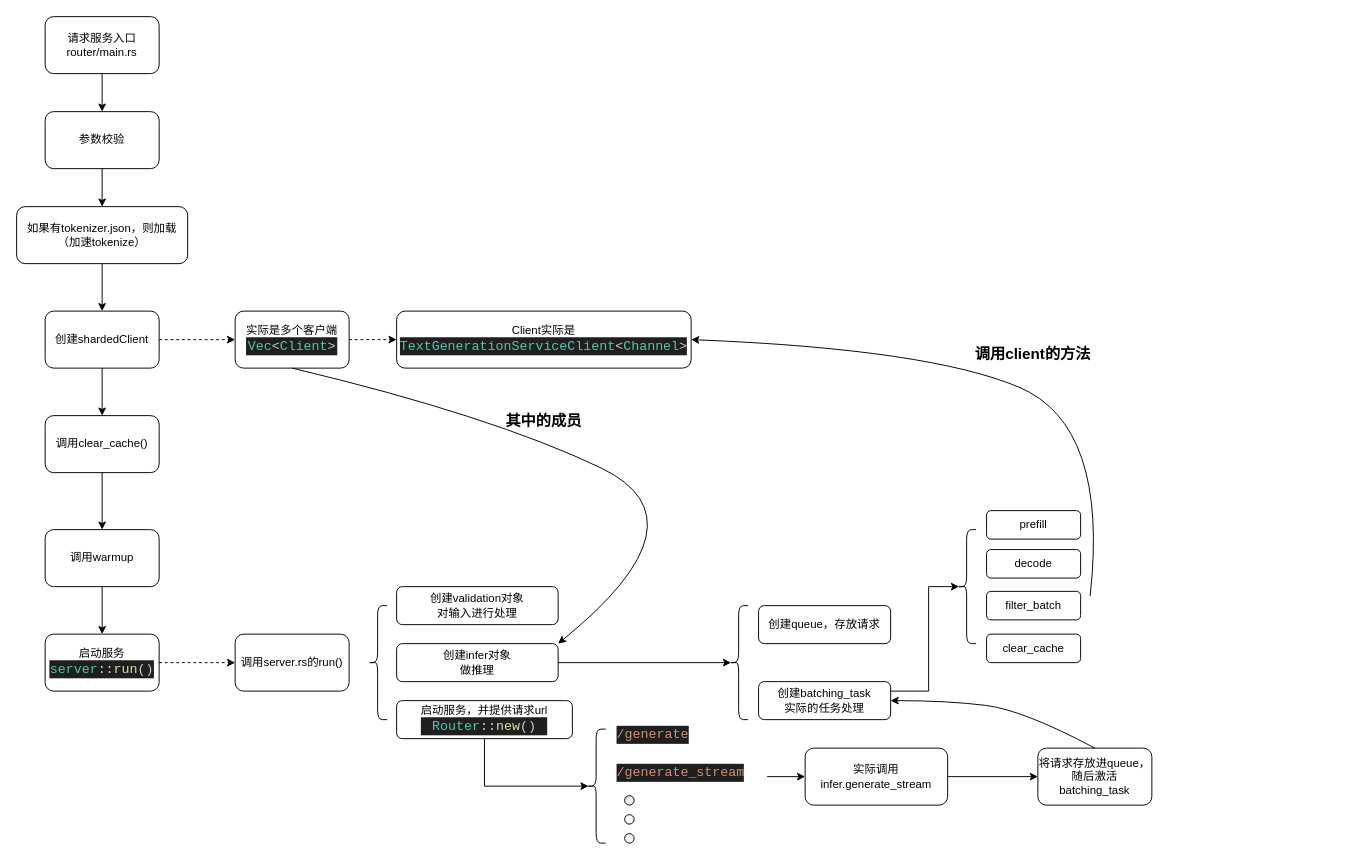
Earlier version of the draw.io diagram page "text-generation-router" (2 of 4) of Arch/TGI/TGI拆分/TextGenerationService服务启动.drawio (huangZchao/LLM-Notebook). Source tidied: cells renumbered, new cells numbered last; positions are measured from the earlier drawing's top-left corner, leaving out a move shared by most shapes. Both pictures are drawn from the tidied source at 95%, with x=0, y=0 at pixel (16, 16).
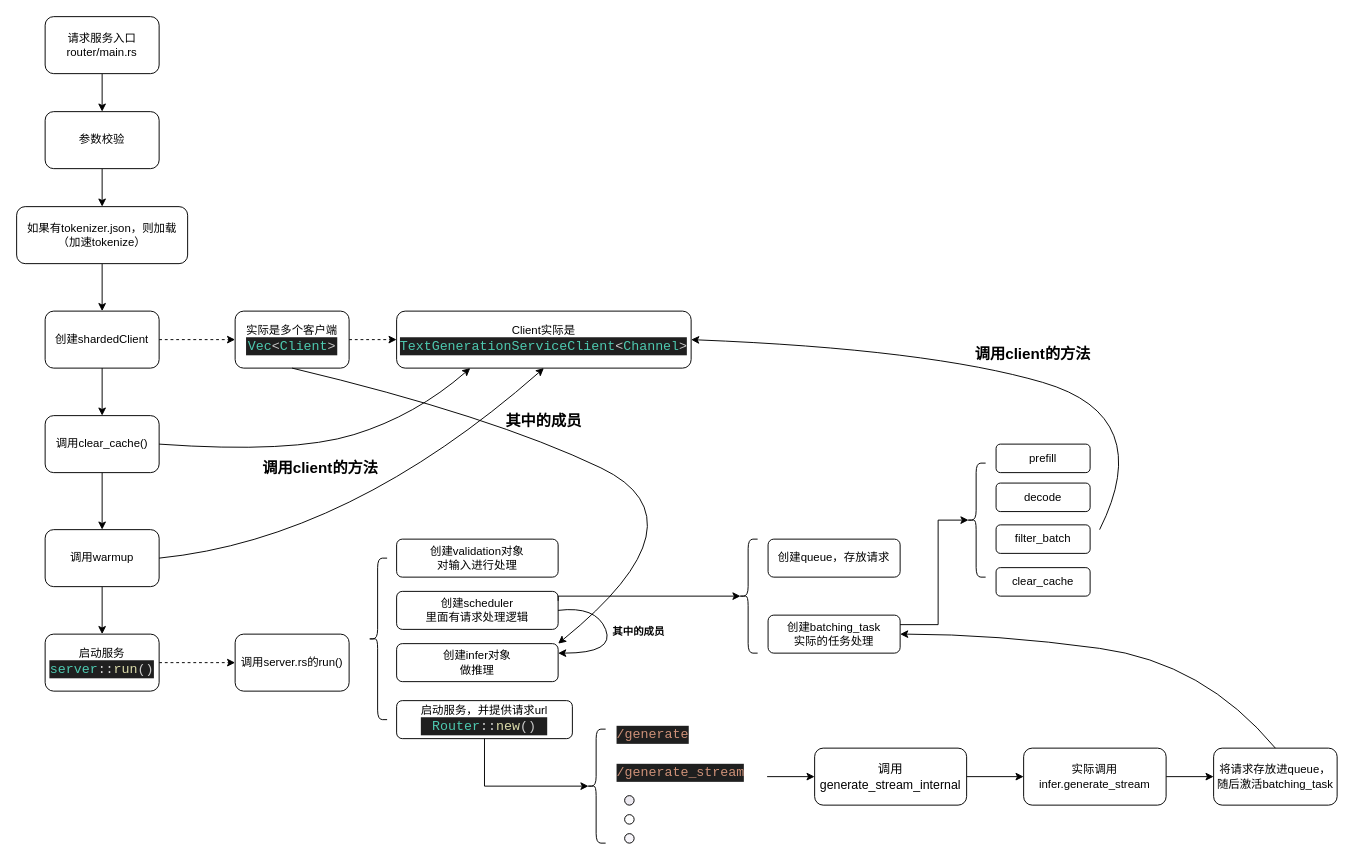
The same diagram, later.

Unchanged cells that the change refers to:
```xml
<mxCell id="13" value="Client实际是&lt;div&gt;&lt;div style=&quot;color: rgb(204, 204, 204); background-color: rgb(31, 31, 31); font-family: Consolas, &amp;quot;Courier New&amp;quot;, monospace; font-size: 14px; line-height: 19px; white-space: pre;&quot;&gt;&lt;span style=&quot;color: #4ec9b0;&quot;&gt;TextGenerationServiceClient&lt;/span&gt;&amp;lt;&lt;span style=&quot;color: #4ec9b0;&quot;&gt;Channel&lt;/span&gt;&amp;gt;&lt;/div&gt;&lt;/div&gt;" style="whiteSpace=wrap;html=1;rounded=1;" parent="1" vertex="1">
  <mxGeometry x="400" y="310" width="310" height="60" as="geometry" />
</mxCell>
<mxCell id="15" value="调用clear_cache()" style="whiteSpace=wrap;html=1;rounded=1;" parent="1" vertex="1">
  <mxGeometry x="30" y="420" width="120" height="60" as="geometry" />
</mxCell>
<mxCell id="17" value="调用warmup" style="whiteSpace=wrap;html=1;rounded=1;" parent="1" vertex="1">
  <mxGeometry x="30" y="540" width="120" height="60" as="geometry" />
</mxCell>
<mxCell id="23" value="创建infer对象&lt;div&gt;做推理&lt;/div&gt;" style="rounded=1;whiteSpace=wrap;html=1;" parent="1" vertex="1">
  <mxGeometry x="400" y="660" width="170" height="40" as="geometry" />
</mxCell>
<mxCell id="28" value="&lt;div style=&quot;color: #cccccc;background-color: #1f1f1f;font-family: Consolas, 'Courier New', monospace;font-weight: normal;font-size: 14px;line-height: 19px;white-space: pre;&quot;&gt;&lt;div&gt;&lt;span style=&quot;color: #ce9178;&quot;&gt;/generate_stream&lt;/span&gt;&lt;/div&gt;&lt;/div&gt;" style="text;whiteSpace=wrap;html=1;" parent="1" vertex="1">
  <mxGeometry x="630" y="780" width="160" height="40" as="geometry" />
</mxCell>
```

Diff of the diagram source:
```diff
@@
     <mxCell id="21" style="shape=curlyBracket;whiteSpace=wrap;html=1;rounded=1;labelPosition=left;verticalLabelPosition=middle;align=right;verticalAlign=middle;" parent="1" vertex="1">
-      <mxGeometry x="370" y="620" width="20" height="120" as="geometry" />
+      <mxGeometry x="370" y="570" width="20" height="170" as="geometry" />
     </mxCell>
     <mxCell id="22" value="创建validation对象&lt;div&gt;对输入进行处理&lt;/div&gt;" style="rounded=1;whiteSpace=wrap;html=1;" parent="1" vertex="1">
-      <mxGeometry x="400" y="600" width="170" height="40" as="geometry" />
+      <mxGeometry x="400" y="550" width="170" height="40" as="geometry" />
     </mxCell>
@@
-    <mxCell id="27" style="edgeStyle=orthogonalEdgeStyle;rounded=0;jettySize=auto;html=1;exitX=1;exitY=0.5;exitDx=0;exitDy=0;entryX=0;entryY=0.5;entryDx=0;entryDy=0;" parent="1" edge="1" source="28" target="36">
-      <mxGeometry relative="1" as="geometry" />
-    </mxCell>
+    <mxCell id="51" style="edgeStyle=orthogonalEdgeStyle;rounded=0;jettySize=auto;html=1;exitX=1;exitY=0.5;exitDx=0;exitDy=0;" parent="1" edge="1" source="28" target="60">
+      <mxGeometry relative="1" as="geometry" />
+    </mxCell>
@@
-    <mxCell id="35" style="edgeStyle=orthogonalEdgeStyle;rounded=0;jettySize=auto;html=1;" parent="1" edge="1" source="36" target="41">
+    <mxCell id="35" style="edgeStyle=orthogonalEdgeStyle;rounded=0;jettySize=auto;html=1;exitX=1;exitY=0.5;exitDx=0;exitDy=0;entryX=0;entryY=0.5;entryDx=0;entryDy=0;" parent="1" edge="1" source="36" target="41">
       <mxGeometry relative="1" as="geometry" />
     </mxCell>
     <mxCell id="36" value="实际调用infer.generate_stream" style="rounded=1;whiteSpace=wrap;html=1;" parent="1" vertex="1">
-      <mxGeometry x="830" y="770" width="150" height="60" as="geometry" />
+      <mxGeometry x="1060" y="770" width="150" height="60" as="geometry" />
     </mxCell>
     <mxCell id="37" style="shape=curlyBracket;whiteSpace=wrap;html=1;rounded=1;labelPosition=left;verticalLabelPosition=middle;align=right;verticalAlign=middle;" parent="1" vertex="1">
-      <mxGeometry x="750" y="620" width="20" height="120" as="geometry" />
+      <mxGeometry x="760" y="550" width="20" height="120" as="geometry" />
     </mxCell>
     <mxCell id="38" value="创建queue，存放请求" style="rounded=1;whiteSpace=wrap;html=1;" parent="1" vertex="1">
-      <mxGeometry x="781" y="620" width="139" height="40" as="geometry" />
+      <mxGeometry x="791" y="550" width="139" height="40" as="geometry" />
     </mxCell>
-    <mxCell id="39" style="edgeStyle=orthogonalEdgeStyle;rounded=0;jettySize=auto;html=1;exitX=1;exitY=0.5;exitDx=0;exitDy=0;entryX=0.1;entryY=0.5;entryDx=0;entryDy=0;entryPerimeter=0;" parent="1" edge="1" source="23" target="37">
-      <mxGeometry relative="1" as="geometry" />
-    </mxCell>
     <mxCell id="40" value="创建batching_task&lt;div&gt;实际的任务处理&lt;/div&gt;" style="rounded=1;whiteSpace=wrap;html=1;" parent="1" vertex="1">
-      <mxGeometry x="781" y="700" width="139" height="40" as="geometry" />
+      <mxGeometry x="791" y="630" width="139" height="40" as="geometry" />
     </mxCell>
     <mxCell id="41" value="将请求存放进queue，&lt;div&gt;随后激活batching_task&lt;/div&gt;" style="whiteSpace=wrap;html=1;rounded=1;" parent="1" vertex="1">
-      <mxGeometry x="1075" y="770" width="120" height="60" as="geometry" />
+      <mxGeometry x="1260" y="770" width="130" height="60" as="geometry" />
     </mxCell>
     <mxCell id="42" style="curved=1;endArrow=classic;html=1;rounded=0;entryX=1;entryY=0.5;entryDx=0;entryDy=0;exitX=0.5;exitY=0;exitDx=0;exitDy=0;" parent="1" edge="1" source="41" target="40">
       <mxGeometry relative="1" as="geometry">
         <Array as="points">
-          <mxPoint x="1060" y="730" />
-          <mxPoint x="980" y="720" />
+          <mxPoint x="1250" y="680" />
+          <mxPoint x="1030" y="650" />
         </Array>
       </mxGeometry>
     </mxCell>
     <mxCell id="43" style="shape=curlyBracket;whiteSpace=wrap;html=1;rounded=1;labelPosition=left;verticalLabelPosition=middle;align=right;verticalAlign=middle;" parent="1" vertex="1">
-      <mxGeometry x="990" y="540" width="20" height="120" as="geometry" />
+      <mxGeometry x="1000" y="470" width="20" height="120" as="geometry" />
     </mxCell>
     <mxCell id="44" style="edgeStyle=orthogonalEdgeStyle;rounded=0;jettySize=auto;html=1;exitX=1;exitY=0.25;exitDx=0;exitDy=0;entryX=0.1;entryY=0.5;entryDx=0;entryDy=0;entryPerimeter=0;" parent="1" edge="1" source="40" target="43">
       <mxGeometry relative="1" as="geometry">
         <Array as="points">
-          <mxPoint x="960" y="710" />
-          <mxPoint x="960" y="600" />
+          <mxPoint x="970" y="640" />
+          <mxPoint x="970" y="530" />
         </Array>
       </mxGeometry>
     </mxCell>
     <mxCell id="45" value="prefill" style="rounded=1;whiteSpace=wrap;html=1;" parent="1" vertex="1">
-      <mxGeometry x="1021" y="520" width="99" height="30" as="geometry" />
+      <mxGeometry x="1031" y="450" width="99" height="30" as="geometry" />
     </mxCell>
     <mxCell id="46" value="decode" style="rounded=1;whiteSpace=wrap;html=1;" parent="1" vertex="1">
-      <mxGeometry x="1021" y="561" width="99" height="30" as="geometry" />
+      <mxGeometry x="1031" y="491" width="99" height="30" as="geometry" />
     </mxCell>
     <mxCell id="47" value="filter_batch" style="rounded=1;whiteSpace=wrap;html=1;" parent="1" vertex="1">
-      <mxGeometry x="1021" y="605" width="99" height="30" as="geometry" />
+      <mxGeometry x="1031" y="535" width="99" height="30" as="geometry" />
     </mxCell>
     <mxCell id="48" value="clear_cache" style="rounded=1;whiteSpace=wrap;html=1;" parent="1" vertex="1">
-      <mxGeometry x="1021" y="650" width="99" height="30" as="geometry" />
+      <mxGeometry x="1031" y="580" width="99" height="30" as="geometry" />
     </mxCell>
     <mxCell id="49" style="curved=1;endArrow=classic;html=1;rounded=0;entryX=1;entryY=0.5;entryDx=0;entryDy=0;" parent="1" edge="1" target="13">
       <mxGeometry relative="1" as="geometry">
-        <mxPoint x="1130" y="610" as="sourcePoint" />
+        <mxPoint x="1140" y="540" as="sourcePoint" />
         <Array as="points">
-          <mxPoint x="1150" y="430" />
+          <mxPoint x="1200" y="420" />
           <mxPoint x="960" y="350" />
         </Array>
       </mxGeometry>
     </mxCell>
@@
+    <mxCell id="52" style="curved=1;endArrow=classic;html=1;rounded=0;exitX=1;exitY=0.5;exitDx=0;exitDy=0;entryX=0.25;entryY=1;entryDx=0;entryDy=0;" parent="1" edge="1" source="15" target="13">
+      <mxGeometry relative="1" as="geometry">
+        <Array as="points">
+          <mxPoint x="290" y="460" />
+          <mxPoint x="420" y="420" />
+        </Array>
+      </mxGeometry>
+    </mxCell>
+    <mxCell id="53" style="curved=1;endArrow=classic;html=1;rounded=0;exitX=1;exitY=0.5;exitDx=0;exitDy=0;entryX=0.5;entryY=1;entryDx=0;entryDy=0;" parent="1" edge="1" source="17" target="13">
+      <mxGeometry relative="1" as="geometry">
+        <Array as="points">
+          <mxPoint x="350" y="550" />
+        </Array>
+      </mxGeometry>
+    </mxCell>
+    <mxCell id="54" value="调用client的方法" style="text;html=1;align=center;verticalAlign=middle;whiteSpace=wrap;rounded=0;fontSize=16;fontStyle=1;" parent="1" vertex="1">
+      <mxGeometry x="240" y="460" width="160" height="30" as="geometry" />
+    </mxCell>
+    <mxCell id="55" value="创建scheduler&lt;div&gt;里面有请求处理逻辑&lt;/div&gt;" style="rounded=1;whiteSpace=wrap;html=1;" parent="1" vertex="1">
+      <mxGeometry x="400" y="605" width="170" height="40" as="geometry" />
+    </mxCell>
+    <mxCell id="56" style="curved=1;endArrow=classic;html=1;rounded=0;exitX=1;exitY=0.5;exitDx=0;exitDy=0;entryX=1;entryY=0.25;entryDx=0;entryDy=0;" parent="1" edge="1" source="55" target="23">
+      <mxGeometry relative="1" as="geometry">
+        <Array as="points">
+          <mxPoint x="610" y="620" />
+          <mxPoint x="630" y="670" />
+        </Array>
+      </mxGeometry>
+    </mxCell>
+    <mxCell id="57" value="&lt;font style=&quot;font-size: 11px;&quot;&gt;其中的成员&lt;/font&gt;" style="text;html=1;align=center;verticalAlign=middle;whiteSpace=wrap;rounded=0;fontStyle=1;fontSize=16;" parent="1" vertex="1">
+      <mxGeometry x="600" y="630" width="110" height="30" as="geometry" />
+    </mxCell>
+    <mxCell id="58" style="edgeStyle=orthogonalEdgeStyle;rounded=0;jettySize=auto;html=1;exitX=1;exitY=0.25;exitDx=0;exitDy=0;entryX=0.1;entryY=0.5;entryDx=0;entryDy=0;entryPerimeter=0;" parent="1" edge="1" source="55" target="37">
+      <mxGeometry relative="1" as="geometry">
+        <Array as="points">
+          <mxPoint x="570" y="610" />
+        </Array>
+      </mxGeometry>
+    </mxCell>
+    <mxCell id="59" style="edgeStyle=orthogonalEdgeStyle;rounded=0;jettySize=auto;html=1;exitX=1;exitY=0.5;exitDx=0;exitDy=0;entryX=0;entryY=0.5;entryDx=0;entryDy=0;" parent="1" edge="1" source="60" target="36">
+      <mxGeometry relative="1" as="geometry" />
+    </mxCell>
+    <mxCell id="60" value="&lt;span style=&quot;font-size: 13px;&quot;&gt;调用generate_stream_internal&lt;/span&gt;" style="whiteSpace=wrap;html=1;rounded=1;" parent="1" vertex="1">
+      <mxGeometry x="840" y="770" width="160" height="60" as="geometry" />
+    </mxCell>
```
